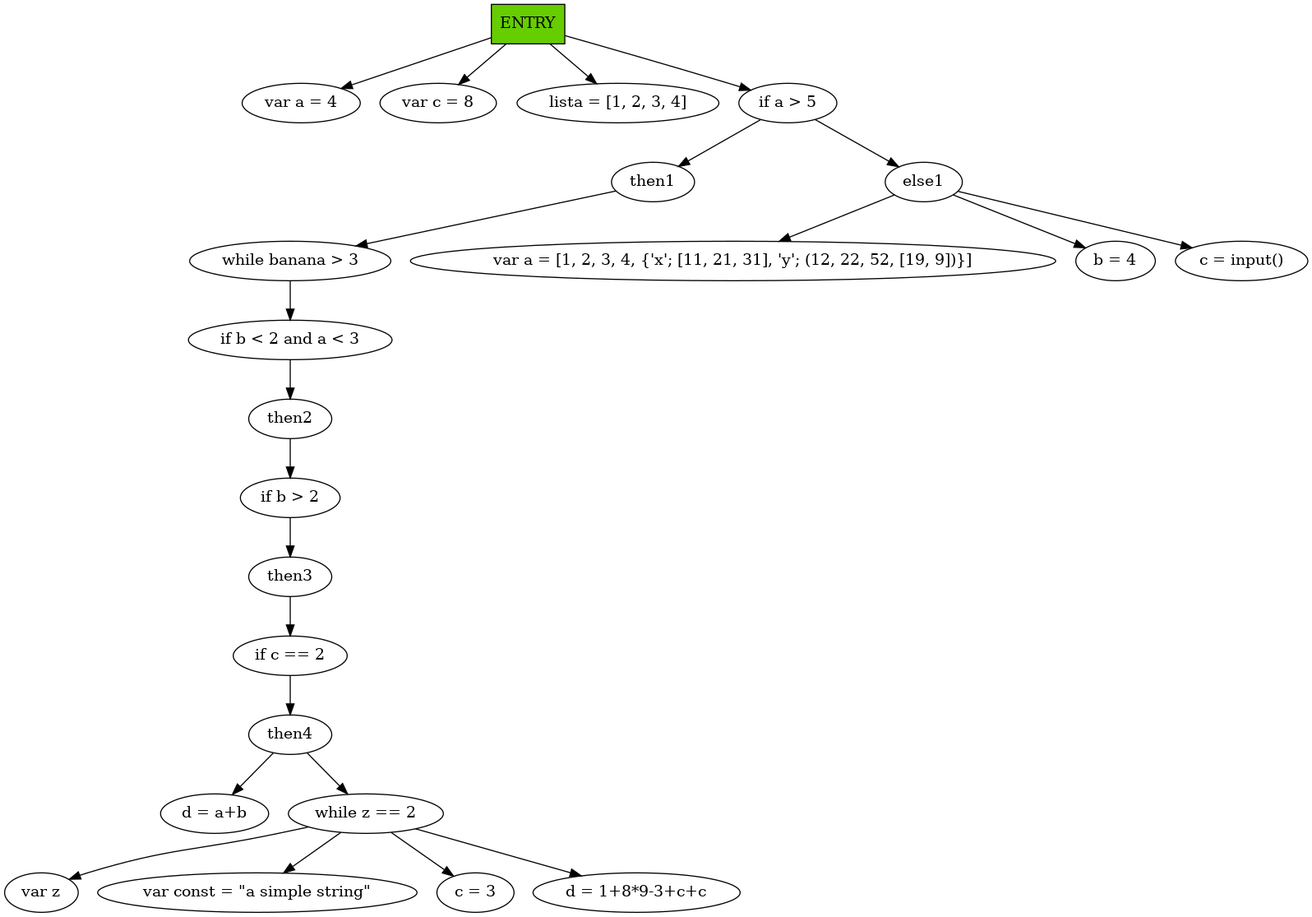
Earlier version of the Graphviz export TP3/graphs/SDG.gv.png (mishlawi/MEI-EG-TrabalhosPraticos). Its source is kept beside it as TP3/graphs/SDG.gv.
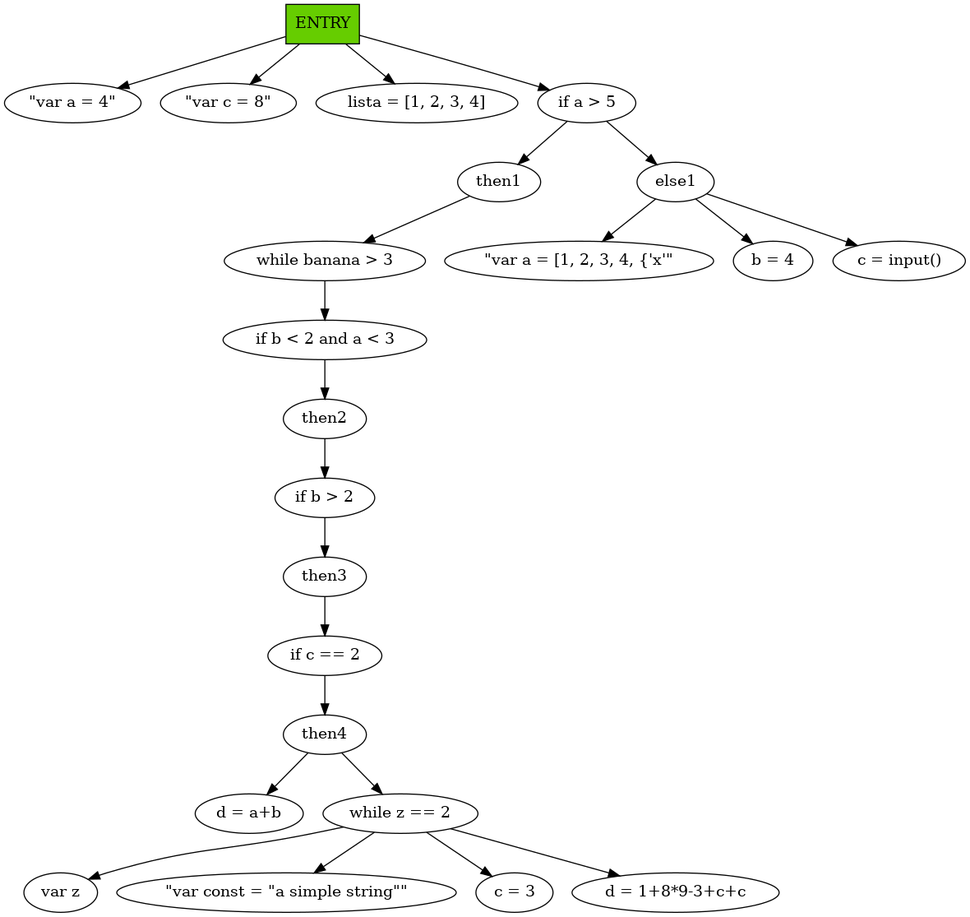
After the commit.

The edit, as a diff of the source:
```diff
@@ -1,7 +1,7 @@
 digraph SDG {
 	ENTRY [fillcolor=chartreuse3 shape=box style=filled]
-	ENTRY -> "var a = 4"
-	ENTRY -> "var c = 8"
+	ENTRY -> "\"var a = 4\""
+	ENTRY -> "\"var c = 8\""
 	ENTRY -> "lista = [1, 2, 3, 4]"
 	ENTRY -> "if a > 5"
 	"if a > 5" -> then1
@@ -15,11 +15,11 @@
 	then4 -> "d = a+b"
 	then4 -> "while z == 2"
 	"while z == 2" -> "var z"
-	"while z == 2" -> "var const = \"a simple string\""
+	"while z == 2" -> "\"var const = \"a simple string\"\""
 	"while z == 2" -> "c = 3"
 	"while z == 2" -> "d = 1+8*9-3+c+c"
 	"if a > 5" -> else1
-	else1 -> "var a = [1, 2, 3, 4, {'x'; [11, 21, 31], 'y'; (12, 22, 52, [19, 9])}]"
+	else1 -> "\"var a = [1, 2, 3, 4, {'x'\""
 	else1 -> "b = 4"
 	else1 -> "c = input()"
 }
```
